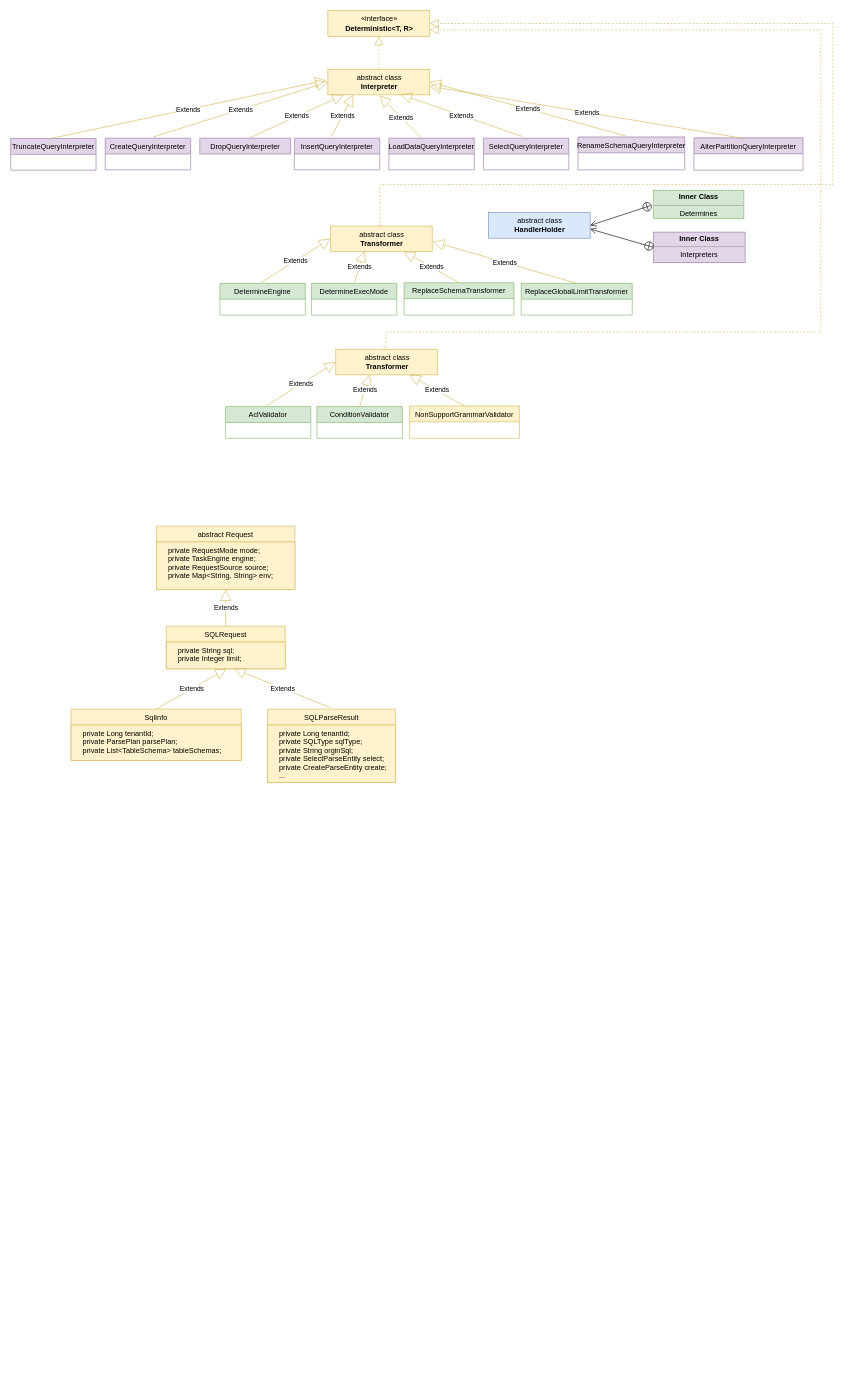
This is page "第 4 页" (4 of 4) of src/main/leetcode_manuscripts/draw_io/project_1.drawio from wat1r/geek-algorithm-leetcode, a draw.io file, before an edit. Source tidied: cells renumbered, new cells numbered last; positions are measured from the earlier drawing's top-left corner, leaving out a move shared by most shapes. Both pictures are drawn from the tidied source at 61%, with x=0, y=0 at pixel (10, 10).
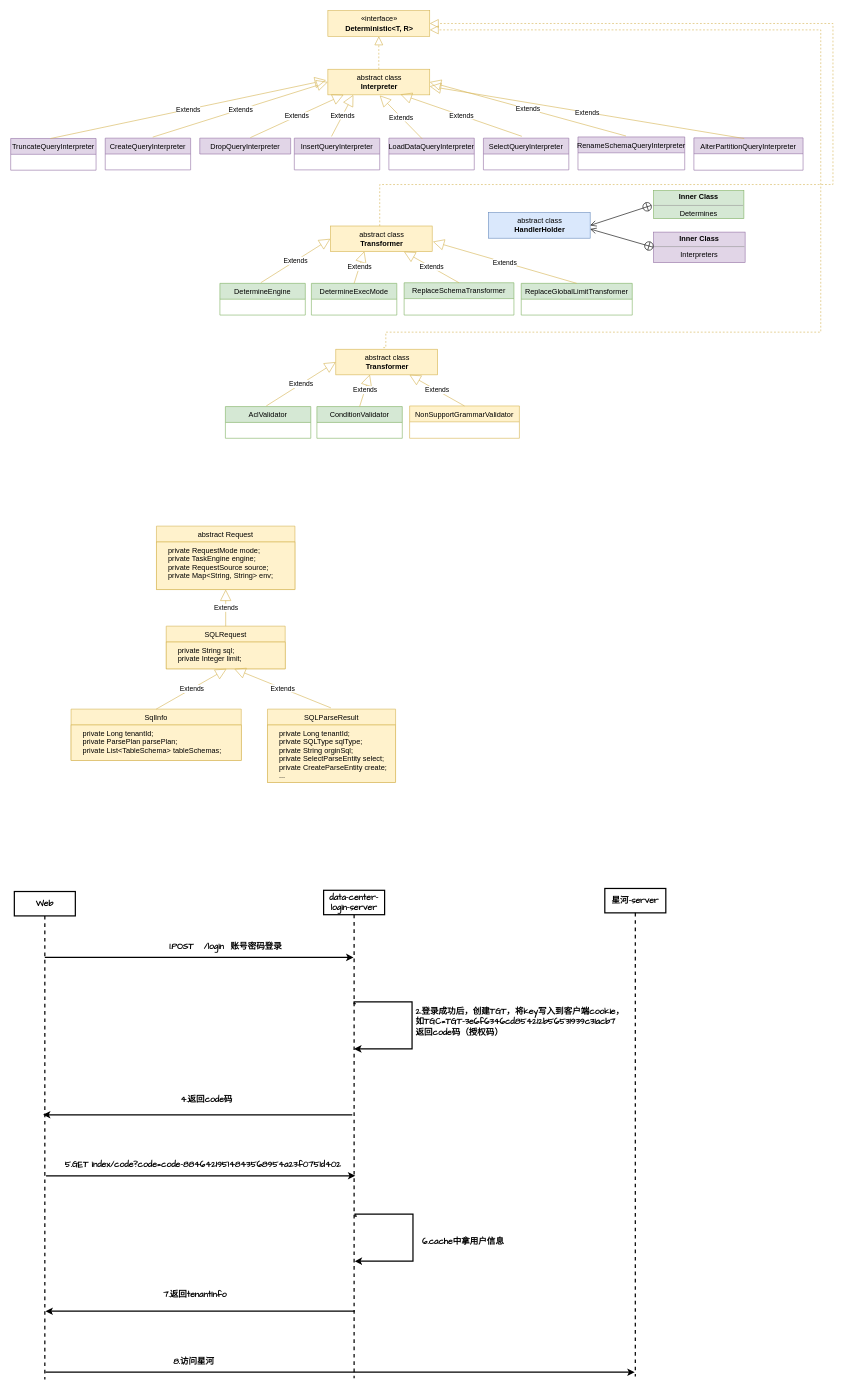
Above is the later version.

Diff of the diagram source:
```diff
@@
+    <mxCell id="55" value="Web" style="shape=umlLifeline;perimeter=lifelinePerimeter;whiteSpace=wrap;html=1;outlineConnect=0;fontFamily=Comic Sans MS;fontSize=14;fontStyle=1;strokeWidth=2;" parent="1" vertex="1">
+      <mxGeometry x="6" y="1444" width="100" height="800" as="geometry" />
+    </mxCell>
+    <mxCell id="56" value="data-center-login-server" style="shape=umlLifeline;perimeter=lifelinePerimeter;whiteSpace=wrap;html=1;outlineConnect=0;fontFamily=Comic Sans MS;fontSize=14;fontStyle=1;strokeWidth=2;" parent="1" vertex="1">
+      <mxGeometry x="513" y="1442" width="100" height="800" as="geometry" />
+    </mxCell>
+    <mxCell id="57" style="endArrow=classic;html=1;rounded=0;fontFamily=Comic Sans MS;fontSize=14;fontStyle=1;strokeWidth=2;" parent="1" edge="1" source="55" target="56">
+      <mxGeometry relative="1" as="geometry">
+        <Array as="points">
+          <mxPoint x="289" y="1552" />
+        </Array>
+      </mxGeometry>
+    </mxCell>
+    <mxCell id="58" value="1.POST&amp;nbsp; &amp;nbsp;/login&amp;nbsp; 账号密码登录&amp;nbsp;" style="text;html=1;align=center;verticalAlign=middle;strokeColor=none;fillColor=none;fontSize=14;fontFamily=Comic Sans MS;fontStyle=1;strokeWidth=2;" parent="1" vertex="1">
+      <mxGeometry x="239" y="1519" width="231" height="29" as="geometry" />
+    </mxCell>
+    <mxCell id="59" style="endArrow=classic;html=1;rounded=0;fontFamily=Comic Sans MS;fontSize=14;edgeStyle=orthogonalEdgeStyle;elbow=vertical;strokeWidth=2;" parent="1" edge="1" target="56">
+      <mxGeometry relative="1" as="geometry">
+        <mxPoint x="566" y="1628" as="sourcePoint" />
+        <Array as="points">
+          <mxPoint x="563" y="1628" />
+          <mxPoint x="563" y="1625" />
+          <mxPoint x="658" y="1625" />
+          <mxPoint x="658" y="1702" />
+        </Array>
+      </mxGeometry>
+    </mxCell>
+    <mxCell id="60" value="2.登录成功后，创建TGT，将key写入到客户端cookie，&lt;br&gt;如TGC=TGT-3e6f6346cd854212b56531939c31acb7&lt;br&gt;返回code码（授权码）" style="text;html=1;align=left;verticalAlign=middle;strokeColor=none;fillColor=none;fontSize=14;fontFamily=Comic Sans MS;fontStyle=1;strokeWidth=2;" parent="1" vertex="1">
+      <mxGeometry x="662" y="1627" width="372" height="62" as="geometry" />
+    </mxCell>
+    <mxCell id="61" style="endArrow=classic;html=1;rounded=0;fontFamily=Comic Sans MS;fontSize=14;fontStyle=1;strokeWidth=2;" parent="1" edge="1">
+      <mxGeometry relative="1" as="geometry">
+        <mxPoint x="58" y="1910" as="sourcePoint" />
+        <mxPoint x="565" y="1910" as="targetPoint" />
+        <Array as="points">
+          <mxPoint x="291.5" y="1910" />
+        </Array>
+      </mxGeometry>
+    </mxCell>
+    <mxCell id="62" style="endArrow=classic;html=1;rounded=0;fontFamily=Comic Sans MS;fontSize=14;fontStyle=1;strokeWidth=2;" parent="1" edge="1">
+      <mxGeometry relative="1" as="geometry">
+        <mxPoint x="560" y="1810" as="sourcePoint" />
+        <mxPoint x="53" y="1810" as="targetPoint" />
+        <Array as="points">
+          <mxPoint x="286.5" y="1810" />
+        </Array>
+      </mxGeometry>
+    </mxCell>
+    <mxCell id="63" value="4.返回code码" style="text;html=1;align=center;verticalAlign=middle;strokeColor=none;fillColor=none;fontSize=14;fontFamily=Comic Sans MS;fontStyle=1;strokeWidth=2;" parent="1" vertex="1">
+      <mxGeometry x="268" y="1771" width="105" height="29" as="geometry" />
+    </mxCell>
+    <mxCell id="64" value="5.GET&amp;nbsp;index/code?code=code-88464219514843568954a23f0751d402" style="text;html=1;align=center;verticalAlign=middle;strokeColor=none;fillColor=none;fontSize=14;fontFamily=Comic Sans MS;fontStyle=1;strokeWidth=2;" parent="1" vertex="1">
+      <mxGeometry x="66" y="1877" width="498" height="29" as="geometry" />
+    </mxCell>
+    <mxCell id="65" style="endArrow=classic;html=1;rounded=0;fontFamily=Comic Sans MS;fontSize=14;edgeStyle=orthogonalEdgeStyle;elbow=vertical;strokeWidth=2;" parent="1" edge="1">
+      <mxGeometry relative="1" as="geometry">
+        <mxPoint x="567.5" y="1976" as="sourcePoint" />
+        <mxPoint x="564" y="2050" as="targetPoint" />
+        <Array as="points">
+          <mxPoint x="564.5" y="1976" />
+          <mxPoint x="564.5" y="1973" />
+          <mxPoint x="659.5" y="1973" />
+          <mxPoint x="659.5" y="2050" />
+        </Array>
+      </mxGeometry>
+    </mxCell>
+    <mxCell id="66" value="6.cache中拿用户信息" style="text;html=1;align=left;verticalAlign=middle;strokeColor=none;fillColor=none;fontSize=14;fontFamily=Comic Sans MS;fontStyle=1;strokeWidth=2;" parent="1" vertex="1">
+      <mxGeometry x="673" y="2003" width="155" height="29" as="geometry" />
+    </mxCell>
+    <mxCell id="67" style="endArrow=classic;html=1;rounded=0;fontFamily=Comic Sans MS;fontSize=14;fontStyle=1;strokeWidth=2;" parent="1" edge="1">
+      <mxGeometry relative="1" as="geometry">
+        <mxPoint x="564" y="2132" as="sourcePoint" />
+        <mxPoint x="57" y="2132" as="targetPoint" />
+        <Array as="points">
+          <mxPoint x="290.5" y="2132" />
+        </Array>
+      </mxGeometry>
+    </mxCell>
+    <mxCell id="68" value="7.返回tenantInfo" style="text;html=1;align=center;verticalAlign=middle;strokeColor=none;fillColor=none;fontSize=14;fontFamily=Comic Sans MS;fontStyle=1;strokeWidth=2;" parent="1" vertex="1">
+      <mxGeometry x="235" y="2090" width="134" height="29" as="geometry" />
+    </mxCell>
+    <mxCell id="69" value="星河-server" style="shape=umlLifeline;perimeter=lifelinePerimeter;whiteSpace=wrap;html=1;outlineConnect=0;fontFamily=Comic Sans MS;fontSize=14;fontStyle=1;strokeWidth=2;" parent="1" vertex="1">
+      <mxGeometry x="974" y="1439" width="100" height="800" as="geometry" />
+    </mxCell>
+    <mxCell id="70" style="endArrow=classic;html=1;rounded=0;fontFamily=Comic Sans MS;fontSize=14;fontStyle=1;strokeWidth=2;" parent="1" edge="1" target="69">
+      <mxGeometry relative="1" as="geometry">
+        <mxPoint x="57" y="2232" as="sourcePoint" />
+        <Array as="points">
+          <mxPoint x="290.5" y="2232" />
+        </Array>
+      </mxGeometry>
+    </mxCell>
+    <mxCell id="71" value="8.访问星河" style="text;html=1;align=center;verticalAlign=middle;strokeColor=none;fillColor=none;fontSize=14;fontFamily=Comic Sans MS;fontStyle=1;strokeWidth=2;" parent="1" vertex="1">
+      <mxGeometry x="255" y="2200" width="89" height="29" as="geometry" />
+    </mxCell>
```
